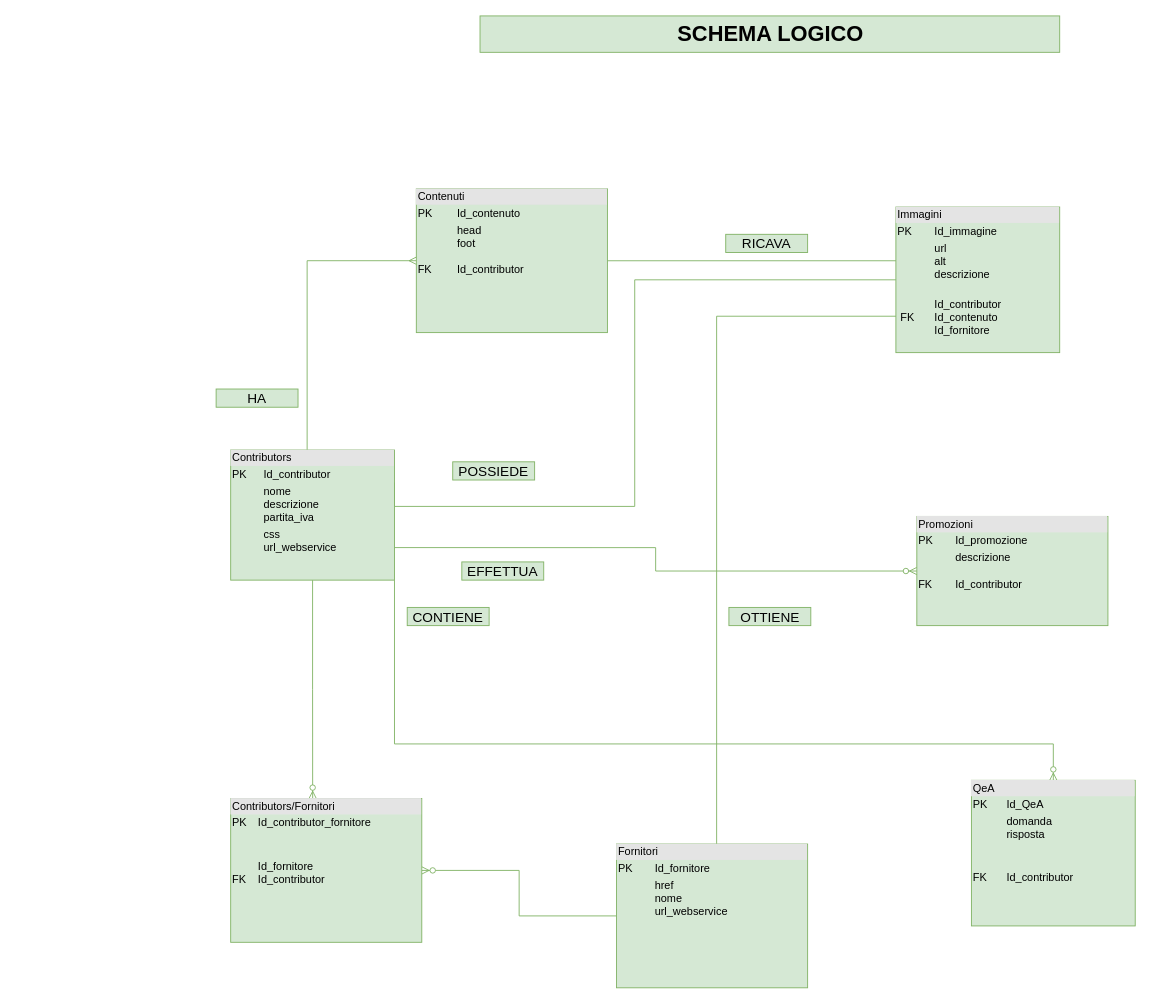
This is SCHEMA LOGICO NAMASTE.drawio from giadaventurini-pixel/giadaventurini-5binf, a draw.io file, before an edit. Source tidied: cells renumbered, new cells numbered last; positions are measured from the earlier drawing's top-left corner, leaving out a move shared by most shapes. Both pictures are drawn from the tidied source at 91%, with x=0, y=0 at pixel (216, 15).
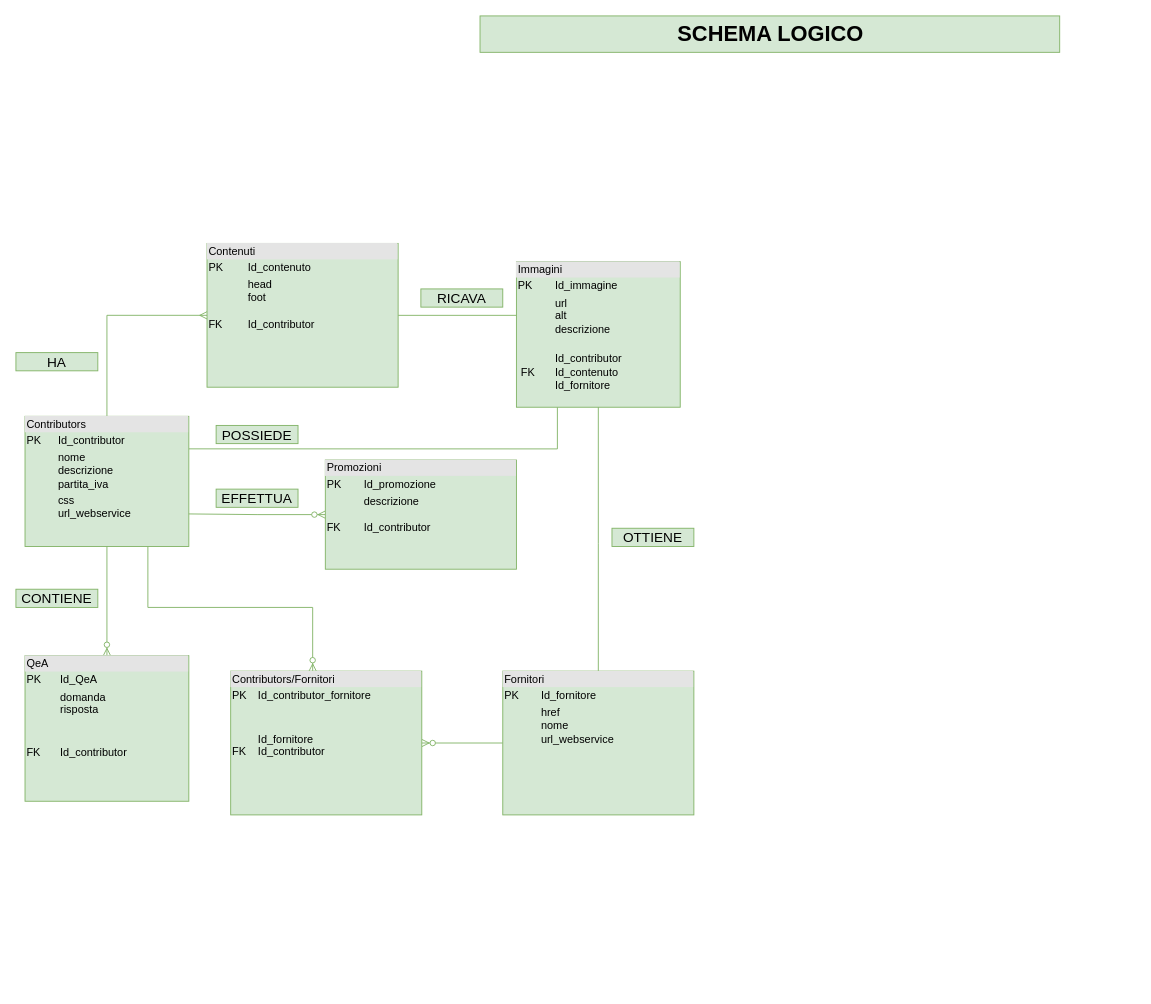
After the change.

What changed in the source:
```diff
@@
     <mxCell id="3" value="&lt;div style=&quot;box-sizing: border-box ; width: 100% ; background: #e4e4e4 ; padding: 2px&quot;&gt;Contenuti&lt;/div&gt;&lt;table style=&quot;width: 100% ; font-size: 1em&quot; cellpadding=&quot;2&quot; cellspacing=&quot;0&quot;&gt;&lt;tbody&gt;&lt;tr&gt;&lt;td&gt;PK&lt;/td&gt;&lt;td&gt;Id_contenuto&lt;br&gt;&lt;/td&gt;&lt;/tr&gt;&lt;tr&gt;&lt;td&gt;&lt;br&gt;&lt;br&gt;&lt;br&gt;FK&lt;br&gt;&lt;br&gt;&lt;br&gt;&lt;br&gt;&lt;br&gt;&lt;br&gt;&lt;br&gt;&lt;br&gt;&lt;br&gt;&lt;/td&gt;&lt;td&gt;head&lt;br&gt;foot&lt;br&gt;&lt;br&gt;Id_contributor&lt;br&gt;&lt;br&gt;&lt;br&gt;&lt;br&gt;&lt;br&gt;&lt;br&gt;&lt;br&gt;&lt;br&gt;&lt;br&gt;&lt;/td&gt;&lt;/tr&gt;&lt;tr&gt;&lt;td&gt;&amp;nbsp;&lt;/td&gt;&lt;td&gt;&lt;br&gt;&lt;/td&gt;&lt;/tr&gt;&lt;/tbody&gt;&lt;/table&gt;" style="verticalAlign=top;align=left;overflow=fill;html=1;fillColor=#d5e8d4;strokeColor=#82b366;" parent="1" vertex="1">
-      <mxGeometry x="220" y="190" width="210" height="158" as="geometry" />
+      <mxGeometry x="-10" y="250" width="210" height="158" as="geometry" />
     </mxCell>
-    <mxCell id="4" style="edgeStyle=orthogonalEdgeStyle;rounded=0;jettySize=auto;html=1;entryX=0;entryY=0.5;entryDx=0;entryDy=0;endArrow=ERmany;endFill=0;fillColor=#d5e8d4;strokeColor=#82b366;" parent="1" edge="1" source="7" target="3">
+    <mxCell id="4" style="edgeStyle=orthogonalEdgeStyle;rounded=0;jettySize=auto;html=1;entryX=0;entryY=0.5;entryDx=0;entryDy=0;endArrow=ERmany;endFill=0;fillColor=#d5e8d4;strokeColor=#82b366;exitX=0.5;exitY=0;exitDx=0;exitDy=0;" parent="1" edge="1" source="7" target="3">
       <mxGeometry relative="1" as="geometry">
         <Array as="points">
-          <mxPoint x="100" y="269" />
+          <mxPoint x="-120" y="329" />
         </Array>
       </mxGeometry>
     </mxCell>
-    <mxCell id="5" style="edgeStyle=orthogonalEdgeStyle;rounded=0;jettySize=auto;html=1;entryX=0;entryY=0.5;entryDx=0;entryDy=0;endArrow=none;endFill=0;fillColor=#d5e8d4;strokeColor=#82b366;exitX=1;exitY=0.25;exitDx=0;exitDy=0;" parent="1" edge="1" source="7" target="10">
+    <mxCell id="5" style="edgeStyle=orthogonalEdgeStyle;rounded=0;jettySize=auto;html=1;entryX=0.25;entryY=1;entryDx=0;entryDy=0;endArrow=none;endFill=0;fillColor=#d5e8d4;strokeColor=#82b366;exitX=1;exitY=0.25;exitDx=0;exitDy=0;" parent="1" edge="1" source="7" target="10">
       <mxGeometry relative="1" as="geometry">
         <Array as="points">
-          <mxPoint x="196" y="539" />
-          <mxPoint x="460" y="539" />
-          <mxPoint x="460" y="290" />
+          <mxPoint x="375" y="476" />
         </Array>
       </mxGeometry>
     </mxCell>
-    <mxCell id="6" style="edgeStyle=orthogonalEdgeStyle;rounded=0;jettySize=auto;html=1;entryX=0.429;entryY=0;entryDx=0;entryDy=0;entryPerimeter=0;fillColor=#d5e8d4;strokeColor=#82b366;endArrow=ERzeroToMany;endFill=1;" parent="1" edge="1" source="7" target="22">
-      <mxGeometry relative="1" as="geometry" />
+    <mxCell id="6" style="edgeStyle=orthogonalEdgeStyle;rounded=0;jettySize=auto;html=1;entryX=0.429;entryY=0;entryDx=0;entryDy=0;entryPerimeter=0;fillColor=#d5e8d4;strokeColor=#82b366;endArrow=ERzeroToMany;endFill=1;exitX=0.75;exitY=1;exitDx=0;exitDy=0;" parent="1" edge="1" source="7" target="22">
+      <mxGeometry relative="1" as="geometry">
+        <Array as="points">
+          <mxPoint x="-75" y="650" />
+          <mxPoint x="106" y="650" />
+        </Array>
+      </mxGeometry>
     </mxCell>
     <mxCell id="7" value="&lt;div style=&quot;box-sizing: border-box ; width: 100% ; background: #e4e4e4 ; padding: 2px&quot;&gt;Contributors&lt;/div&gt;&lt;table style=&quot;width: 100% ; font-size: 1em&quot; cellpadding=&quot;2&quot; cellspacing=&quot;0&quot;&gt;&lt;tbody&gt;&lt;tr&gt;&lt;td&gt;PK&lt;/td&gt;&lt;td&gt;Id_contributor&lt;br&gt;&lt;/td&gt;&lt;/tr&gt;&lt;tr&gt;&lt;td&gt;&lt;br&gt;&lt;br&gt;&lt;br&gt;&lt;/td&gt;&lt;td&gt;nome&lt;br&gt;descrizione&lt;br&gt;partita_iva&lt;/td&gt;&lt;/tr&gt;&lt;tr&gt;&lt;td&gt;&amp;nbsp;&lt;/td&gt;&lt;td&gt;css&lt;br&gt;url_webservice&lt;br&gt;&lt;br&gt;&lt;br&gt;&lt;br&gt;&lt;br&gt;&lt;br&gt;&lt;br&gt;&lt;/td&gt;&lt;/tr&gt;&lt;/tbody&gt;&lt;/table&gt;" style="verticalAlign=top;align=left;overflow=fill;html=1;fillColor=#d5e8d4;strokeColor=#82b366;" parent="1" vertex="1">
-      <mxGeometry x="16" y="477" width="180" height="143" as="geometry" />
+      <mxGeometry x="-210" y="440" width="180" height="143" as="geometry" />
     </mxCell>
-    <mxCell id="8" style="edgeStyle=orthogonalEdgeStyle;rounded=0;jettySize=auto;html=1;entryX=1;entryY=1;entryDx=0;entryDy=0;startArrow=ERzeroToMany;startFill=1;endArrow=none;endFill=0;fillColor=#d5e8d4;strokeColor=#82b366;" parent="1" edge="1" source="9" target="7">
+    <mxCell id="8" style="edgeStyle=orthogonalEdgeStyle;rounded=0;jettySize=auto;html=1;startArrow=ERzeroToMany;startFill=1;endArrow=none;endFill=0;fillColor=#d5e8d4;strokeColor=#82b366;exitX=0.5;exitY=0;exitDx=0;exitDy=0;" parent="1" edge="1" source="9">
       <mxGeometry relative="1" as="geometry">
+        <mxPoint x="-120" y="583" as="targetPoint" />
         <Array as="points">
-          <mxPoint x="920" y="800" />
-          <mxPoint x="196" y="800" />
+          <mxPoint x="-120" y="703" />
         </Array>
       </mxGeometry>
     </mxCell>
     <mxCell id="9" value="&lt;div style=&quot;box-sizing: border-box ; width: 100% ; background: #e4e4e4 ; padding: 2px&quot;&gt;QeA&lt;/div&gt;&lt;table style=&quot;width: 100% ; font-size: 1em&quot; cellpadding=&quot;2&quot; cellspacing=&quot;0&quot;&gt;&lt;tbody&gt;&lt;tr&gt;&lt;td&gt;PK&lt;/td&gt;&lt;td&gt;Id_QeA&lt;br&gt;&lt;/td&gt;&lt;/tr&gt;&lt;tr&gt;&lt;td&gt;&lt;br&gt;&lt;/td&gt;&lt;td&gt;domanda&lt;br&gt;risposta&lt;br&gt;&lt;br&gt;&lt;/td&gt;&lt;/tr&gt;&lt;tr&gt;&lt;td&gt;&amp;nbsp;&lt;br&gt;FK&lt;/td&gt;&lt;td&gt;&lt;br&gt;Id_contributor&lt;br&gt;&lt;/td&gt;&lt;/tr&gt;&lt;/tbody&gt;&lt;/table&gt;" style="verticalAlign=top;align=left;overflow=fill;html=1;fillColor=#d5e8d4;strokeColor=#82b366;" parent="1" vertex="1">
-      <mxGeometry x="830" y="840" width="180" height="160" as="geometry" />
+      <mxGeometry x="-210" y="703" width="180" height="160" as="geometry" />
     </mxCell>
     <mxCell id="10" value="&lt;div style=&quot;box-sizing: border-box ; width: 100% ; background: #e4e4e4 ; padding: 2px&quot;&gt;Immagini&lt;/div&gt;&lt;table style=&quot;width: 100% ; font-size: 1em&quot; cellpadding=&quot;2&quot; cellspacing=&quot;0&quot;&gt;&lt;tbody&gt;&lt;tr&gt;&lt;td&gt;PK&lt;/td&gt;&lt;td&gt;Id_immagine&lt;br&gt;&lt;/td&gt;&lt;/tr&gt;&lt;tr&gt;&lt;td&gt;&lt;br&gt;&lt;br&gt;&lt;/td&gt;&lt;td&gt;url&lt;br&gt;alt&lt;br&gt;descrizione&lt;br&gt;&lt;br&gt;&lt;/td&gt;&lt;/tr&gt;&lt;tr&gt;&lt;td&gt;&amp;nbsp;FK&lt;/td&gt;&lt;td&gt;Id_contributor&lt;br&gt;Id_contenuto&lt;br&gt;Id_fornitore&lt;/td&gt;&lt;/tr&gt;&lt;/tbody&gt;&lt;/table&gt;" style="verticalAlign=top;align=left;overflow=fill;html=1;fillColor=#d5e8d4;strokeColor=#82b366;" parent="1" vertex="1">
-      <mxGeometry x="747" y="210" width="180" height="160" as="geometry" />
+      <mxGeometry x="330" y="270" width="180" height="160" as="geometry" />
     </mxCell>
@@
     <mxCell id="13" value="&lt;div style=&quot;box-sizing: border-box ; width: 100% ; background: #e4e4e4 ; padding: 2px&quot;&gt;Promozioni&lt;/div&gt;&lt;table style=&quot;width: 100% ; font-size: 1em&quot; cellpadding=&quot;2&quot; cellspacing=&quot;0&quot;&gt;&lt;tbody&gt;&lt;tr&gt;&lt;td&gt;PK&lt;/td&gt;&lt;td&gt;Id_promozione&lt;br&gt;&lt;/td&gt;&lt;/tr&gt;&lt;tr&gt;&lt;td&gt;&lt;br&gt;&lt;br&gt;FK&lt;br&gt;&lt;br&gt;&lt;br&gt;&lt;br&gt;&lt;br&gt;&lt;br&gt;&lt;br&gt;&lt;br&gt;&lt;br&gt;&lt;/td&gt;&lt;td&gt;descrizione&lt;br&gt;&lt;br&gt;Id_contributor&lt;br&gt;&lt;br&gt;&lt;br&gt;&lt;br&gt;&lt;br&gt;&lt;br&gt;&lt;br&gt;&lt;br&gt;&lt;br&gt;&lt;/td&gt;&lt;/tr&gt;&lt;tr&gt;&lt;td&gt;&amp;nbsp;&lt;/td&gt;&lt;td&gt;&lt;br&gt;&lt;/td&gt;&lt;/tr&gt;&lt;/tbody&gt;&lt;/table&gt;" style="verticalAlign=top;align=left;overflow=fill;html=1;fillColor=#d5e8d4;strokeColor=#82b366;" parent="1" vertex="1">
-      <mxGeometry x="770" y="550" width="210" height="120" as="geometry" />
+      <mxGeometry x="120" y="488" width="210" height="120" as="geometry" />
     </mxCell>
@@
-    <mxCell id="15" style="edgeStyle=orthogonalEdgeStyle;rounded=0;jettySize=auto;html=1;endArrow=none;endFill=0;fillColor=#d5e8d4;strokeColor=#82b366;startArrow=none;startFill=0;" parent="1" edge="1" source="16" target="10">
+    <mxCell id="15" style="edgeStyle=orthogonalEdgeStyle;rounded=0;jettySize=auto;html=1;endArrow=none;endFill=0;fillColor=#d5e8d4;strokeColor=#82b366;startArrow=none;startFill=0;exitX=0.5;exitY=0;exitDx=0;exitDy=0;" parent="1" edge="1" source="16" target="10">
       <mxGeometry relative="1" as="geometry">
         <Array as="points">
-          <mxPoint x="550" y="330" />
+          <mxPoint x="420" y="580" />
+          <mxPoint x="420" y="580" />
         </Array>
       </mxGeometry>
     </mxCell>
     <mxCell id="16" value="&lt;div style=&quot;box-sizing: border-box ; width: 100% ; background: #e4e4e4 ; padding: 2px&quot;&gt;Fornitori&lt;/div&gt;&lt;table style=&quot;width: 100% ; font-size: 1em&quot; cellpadding=&quot;2&quot; cellspacing=&quot;0&quot;&gt;&lt;tbody&gt;&lt;tr&gt;&lt;td&gt;PK&lt;/td&gt;&lt;td&gt;Id_fornitore&lt;br&gt;&lt;/td&gt;&lt;/tr&gt;&lt;tr&gt;&lt;td&gt;&lt;br&gt;&lt;br&gt;&lt;br&gt;&lt;br&gt;&lt;br&gt;&lt;br&gt;&lt;br&gt;&lt;br&gt;&lt;br&gt;&lt;br&gt;&lt;br&gt;&lt;br&gt;&lt;/td&gt;&lt;td&gt;href&lt;br&gt;nome&lt;br&gt;url_webservice&lt;br&gt;&lt;br&gt;&lt;br&gt;&lt;br&gt;&lt;br&gt;&lt;br&gt;&lt;br&gt;&lt;br&gt;&lt;br&gt;&lt;br&gt;&lt;/td&gt;&lt;/tr&gt;&lt;tr&gt;&lt;td&gt;&amp;nbsp;&lt;/td&gt;&lt;td&gt;&lt;br&gt;&lt;/td&gt;&lt;/tr&gt;&lt;/tbody&gt;&lt;/table&gt;" style="verticalAlign=top;align=left;overflow=fill;html=1;fillColor=#d5e8d4;strokeColor=#82b366;" parent="1" vertex="1">
-      <mxGeometry x="440" y="910" width="210" height="158" as="geometry" />
+      <mxGeometry x="315" y="720" width="210" height="158" as="geometry" />
     </mxCell>
     <mxCell id="17" value="&lt;span style=&quot;font-size: 15px&quot;&gt;EFFETTUA&lt;/span&gt;" style="text;html=1;align=center;verticalAlign=middle;whiteSpace=wrap;rounded=0;fillColor=#d5e8d4;strokeColor=#82b366;" parent="1" vertex="1">
-      <mxGeometry x="270" y="600" width="90" height="20" as="geometry" />
+      <mxGeometry y="520" width="90" height="20" as="geometry" />
     </mxCell>
     <mxCell id="18" value="&lt;span style=&quot;font-size: 15px&quot;&gt;POSSIEDE&lt;/span&gt;" style="text;html=1;align=center;verticalAlign=middle;whiteSpace=wrap;rounded=0;fillColor=#d5e8d4;strokeColor=#82b366;" parent="1" vertex="1">
-      <mxGeometry x="260" y="490" width="90" height="20" as="geometry" />
+      <mxGeometry y="450" width="90" height="20" as="geometry" />
     </mxCell>
     <mxCell id="19" value="&lt;span style=&quot;font-size: 15px&quot;&gt;HA&lt;/span&gt;" style="text;html=1;align=center;verticalAlign=middle;whiteSpace=wrap;rounded=0;fillColor=#d5e8d4;strokeColor=#82b366;" parent="1" vertex="1">
-      <mxGeometry y="410" width="90" height="20" as="geometry" />
+      <mxGeometry x="-220" y="370" width="90" height="20" as="geometry" />
     </mxCell>
     <mxCell id="20" value="&lt;span style=&quot;font-size: 15px&quot;&gt;CONTIENE&lt;/span&gt;" style="text;html=1;align=center;verticalAlign=middle;whiteSpace=wrap;rounded=0;fillColor=#d5e8d4;strokeColor=#82b366;" parent="1" vertex="1">
-      <mxGeometry x="210" y="650" width="90" height="20" as="geometry" />
+      <mxGeometry x="-220" y="630" width="90" height="20" as="geometry" />
     </mxCell>
     <mxCell id="21" value="&lt;span style=&quot;font-size: 15px&quot;&gt;RICAVA&lt;/span&gt;" style="text;html=1;align=center;verticalAlign=middle;whiteSpace=wrap;rounded=0;fillColor=#d5e8d4;strokeColor=#82b366;" parent="1" vertex="1">
-      <mxGeometry x="560" y="240" width="90" height="20" as="geometry" />
+      <mxGeometry x="225" y="300" width="90" height="20" as="geometry" />
     </mxCell>
     <mxCell id="22" value="&lt;div style=&quot;box-sizing: border-box ; width: 100% ; background: #e4e4e4 ; padding: 2px&quot;&gt;Contributors/Fornitori&amp;nbsp;&lt;/div&gt;&lt;table style=&quot;width: 100% ; font-size: 1em&quot; cellpadding=&quot;2&quot; cellspacing=&quot;0&quot;&gt;&lt;tbody&gt;&lt;tr&gt;&lt;td&gt;PK&lt;/td&gt;&lt;td&gt;Id_contributor_fornitore&lt;br&gt;&lt;/td&gt;&lt;/tr&gt;&lt;tr&gt;&lt;td&gt;&lt;br&gt;&lt;br&gt;&lt;br&gt;FK&lt;br&gt;&lt;br&gt;&lt;br&gt;&lt;br&gt;&lt;br&gt;&lt;br&gt;&lt;br&gt;&lt;br&gt;&lt;br&gt;&lt;/td&gt;&lt;td&gt;&lt;br&gt;&lt;br&gt;Id_fornitore&lt;br&gt;Id_contributor&lt;br&gt;&lt;br&gt;&lt;br&gt;&lt;br&gt;&lt;br&gt;&lt;br&gt;&lt;br&gt;&lt;br&gt;&lt;br&gt;&lt;/td&gt;&lt;/tr&gt;&lt;tr&gt;&lt;td&gt;&amp;nbsp;&lt;/td&gt;&lt;td&gt;&lt;br&gt;&lt;/td&gt;&lt;/tr&gt;&lt;/tbody&gt;&lt;/table&gt;" style="verticalAlign=top;align=left;overflow=fill;html=1;fillColor=#d5e8d4;strokeColor=#82b366;" parent="1" vertex="1">
-      <mxGeometry x="16" y="860" width="210" height="158" as="geometry" />
+      <mxGeometry x="16" y="720" width="210" height="158" as="geometry" />
     </mxCell>
     <mxCell id="23" value="&lt;span style=&quot;font-size: 15px&quot;&gt;OTTIENE&lt;/span&gt;" style="text;html=1;align=center;verticalAlign=middle;whiteSpace=wrap;rounded=0;fillColor=#d5e8d4;strokeColor=#82b366;" parent="1" vertex="1">
-      <mxGeometry x="563.5" y="650" width="90" height="20" as="geometry" />
+      <mxGeometry x="435" y="563" width="90" height="20" as="geometry" />
     </mxCell>
```
